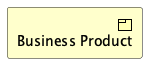
This is doc/elements/business-product.plantuml.png from SixArm/archimate-examples, a PlantUML export, as it was before one commit. The source it was exported from:
```plantuml
@startuml
!include <archimate/Archimate>
Business_Product(BPr_01, "Business Product")
@enduml
```
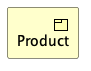
Later version of the same file.

What changed in the source:
```diff
@@ -1,4 +1,4 @@
 @startuml
 !include <archimate/Archimate>
-Business_Product(BPr_01, "Business Product")
+Business_Product(Product, "Product")
 @enduml
```
